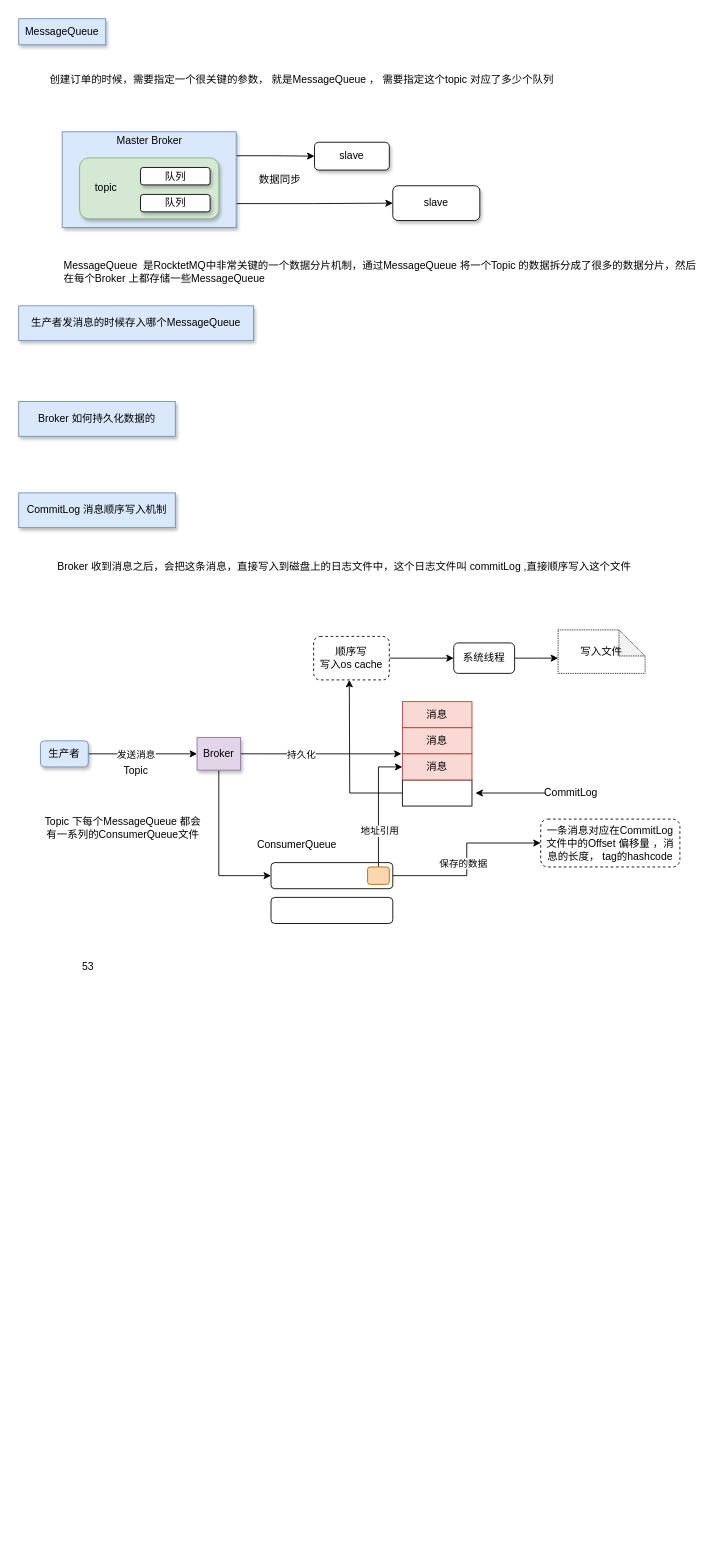
The draw.io diagram page "运行流程" (2 of 2) of 消息中间件(mq)实战.drawio in topyuluo/photo-project, before the edit. Source tidied: cells renumbered, new cells numbered last; positions are measured from the earlier drawing's top-left corner, leaving out a move shared by most shapes. Both pictures are drawn from the tidied source at 87%, with x=0, y=0 at pixel (18, 18).
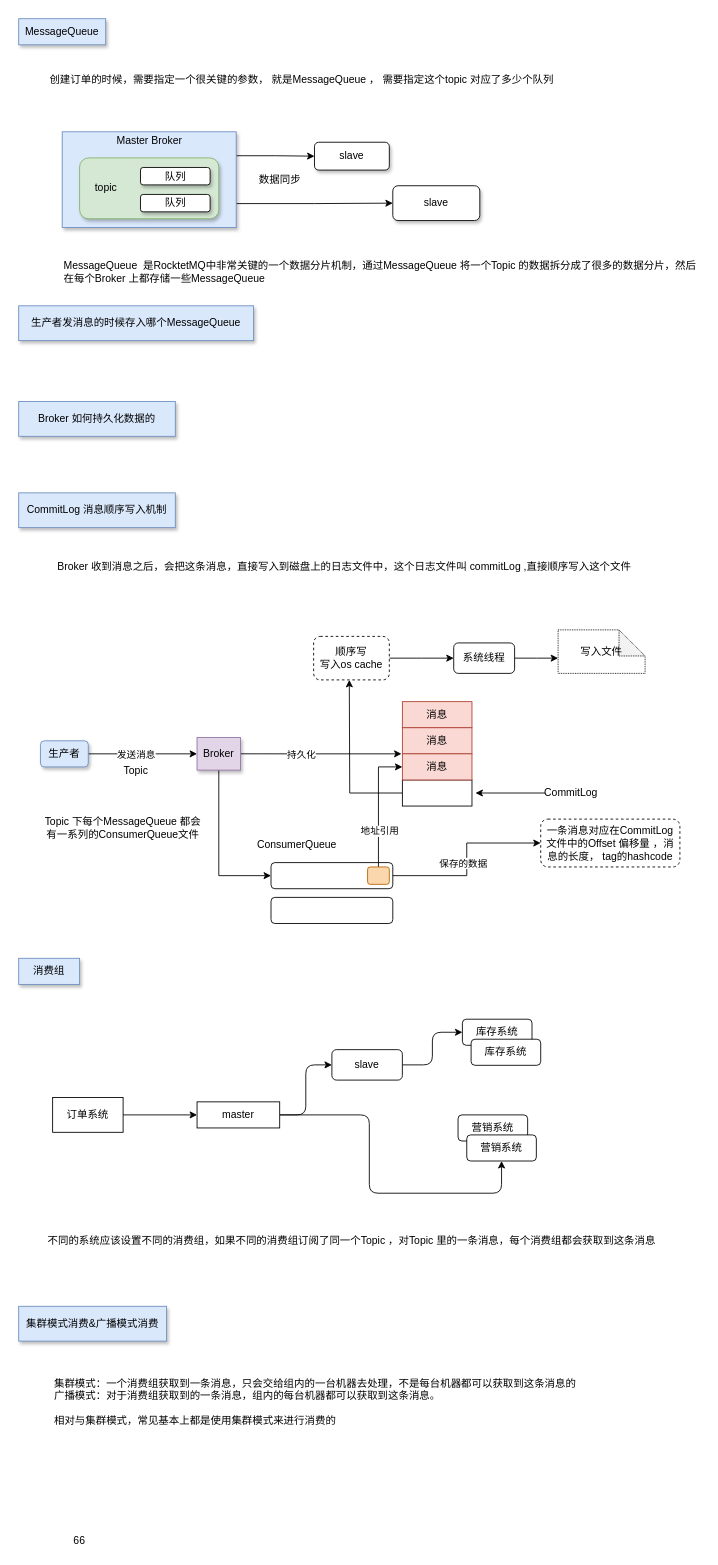
The same diagram, later.

Change to the diagram source:
```diff
@@
-    <mxCell id="52" value="53" style="text;html=1;strokeColor=none;fillColor=none;align=center;verticalAlign=middle;whiteSpace=wrap;rounded=0;shadow=0;sketch=0;" parent="1" vertex="1">
-      <mxGeometry x="60" y="1080" width="40" height="20" as="geometry" />
-    </mxCell>
+    <mxCell id="53" value="消费组" style="rounded=0;whiteSpace=wrap;html=1;shadow=1;sketch=0;fillColor=#dae8fc;strokeColor=#6c8ebf;" parent="1" vertex="1">
+      <mxGeometry y="1080" width="70" height="30" as="geometry" />
+    </mxCell>
+    <mxCell id="54" style="edgeStyle=orthogonalEdgeStyle;rounded=0;jettySize=auto;html=1;" parent="1" edge="1" source="55">
+      <mxGeometry relative="1" as="geometry">
+        <mxPoint x="205" y="1260" as="targetPoint" />
+      </mxGeometry>
+    </mxCell>
+    <mxCell id="55" value="订单系统" style="rounded=0;whiteSpace=wrap;html=1;" parent="1" vertex="1">
+      <mxGeometry x="39" y="1240" width="81" height="40" as="geometry" />
+    </mxCell>
+    <mxCell id="56" style="edgeStyle=orthogonalEdgeStyle;rounded=1;jettySize=auto;html=1;entryX=0;entryY=0.5;entryDx=0;entryDy=0;" parent="1" edge="1" source="58" target="60">
+      <mxGeometry relative="1" as="geometry" />
+    </mxCell>
+    <mxCell id="57" style="edgeStyle=orthogonalEdgeStyle;rounded=1;jettySize=auto;html=1;entryX=0.5;entryY=1;entryDx=0;entryDy=0;" parent="1" edge="1" source="58" target="64">
+      <mxGeometry relative="1" as="geometry">
+        <Array as="points">
+          <mxPoint x="403" y="1260" />
+          <mxPoint x="403" y="1350" />
+          <mxPoint x="555" y="1350" />
+        </Array>
+      </mxGeometry>
+    </mxCell>
+    <mxCell id="58" value="master" style="rounded=0;whiteSpace=wrap;html=1;" parent="1" vertex="1">
+      <mxGeometry x="205" y="1245" width="95" height="30" as="geometry" />
+    </mxCell>
+    <mxCell id="59" style="edgeStyle=orthogonalEdgeStyle;rounded=1;jettySize=auto;html=1;exitX=1;exitY=0.5;exitDx=0;exitDy=0;entryX=0;entryY=0.5;entryDx=0;entryDy=0;" parent="1" edge="1" source="60" target="61">
+      <mxGeometry relative="1" as="geometry" />
+    </mxCell>
+    <mxCell id="60" value="slave" style="rounded=1;whiteSpace=wrap;html=1;" parent="1" vertex="1">
+      <mxGeometry x="360" y="1185" width="81" height="35" as="geometry" />
+    </mxCell>
+    <mxCell id="61" value="库存系统" style="rounded=1;whiteSpace=wrap;html=1;" parent="1" vertex="1">
+      <mxGeometry x="510" y="1150" width="80" height="30" as="geometry" />
+    </mxCell>
+    <mxCell id="62" value="库存系统" style="rounded=1;whiteSpace=wrap;html=1;" parent="1" vertex="1">
+      <mxGeometry x="520" y="1173" width="80" height="30" as="geometry" />
+    </mxCell>
+    <mxCell id="63" value="营销系统" style="rounded=1;whiteSpace=wrap;html=1;" parent="1" vertex="1">
+      <mxGeometry x="505" y="1260" width="80" height="30" as="geometry" />
+    </mxCell>
+    <mxCell id="64" value="营销系统" style="rounded=1;whiteSpace=wrap;html=1;" parent="1" vertex="1">
+      <mxGeometry x="515" y="1283" width="80" height="30" as="geometry" />
+    </mxCell>
+    <mxCell id="65" value="不同的系统应该设置不同的消费组，如果不同的消费组订阅了同一个Topic ，对Topic 里的一条消息，每个消费组都会获取到这条消息" style="text;html=1;strokeColor=none;fillColor=none;align=center;verticalAlign=middle;whiteSpace=wrap;rounded=0;" parent="1" vertex="1">
+      <mxGeometry x="23" y="1380" width="720" height="50" as="geometry" />
+    </mxCell>
+    <mxCell id="66" value="集群模式消费&amp;amp;广播模式消费" style="rounded=0;whiteSpace=wrap;html=1;shadow=1;sketch=0;fillColor=#dae8fc;strokeColor=#6c8ebf;" parent="1" vertex="1">
+      <mxGeometry y="1480" width="170" height="40" as="geometry" />
+    </mxCell>
+    <mxCell id="67" value="集群模式：一个消费组获取到一条消息，只会交给组内的一台机器去处理，不是每台机器都可以获取到这条消息的&lt;br&gt;广播模式：对于消费组获取到的一条消息，组内的每台机器都可以获取到这条消息。&lt;br&gt;&lt;br&gt;相对与集群模式，常见基本上都是使用集群模式来进行消费的" style="text;html=1;strokeColor=none;fillColor=none;align=left;verticalAlign=middle;whiteSpace=wrap;rounded=0;" parent="1" vertex="1">
+      <mxGeometry x="39" y="1550" width="741" height="80" as="geometry" />
+    </mxCell>
+    <mxCell id="68" value="66" style="text;html=1;strokeColor=none;fillColor=none;align=center;verticalAlign=middle;whiteSpace=wrap;rounded=0;" parent="1" vertex="1">
+      <mxGeometry x="50" y="1740" width="40" height="20" as="geometry" />
+    </mxCell>
```
